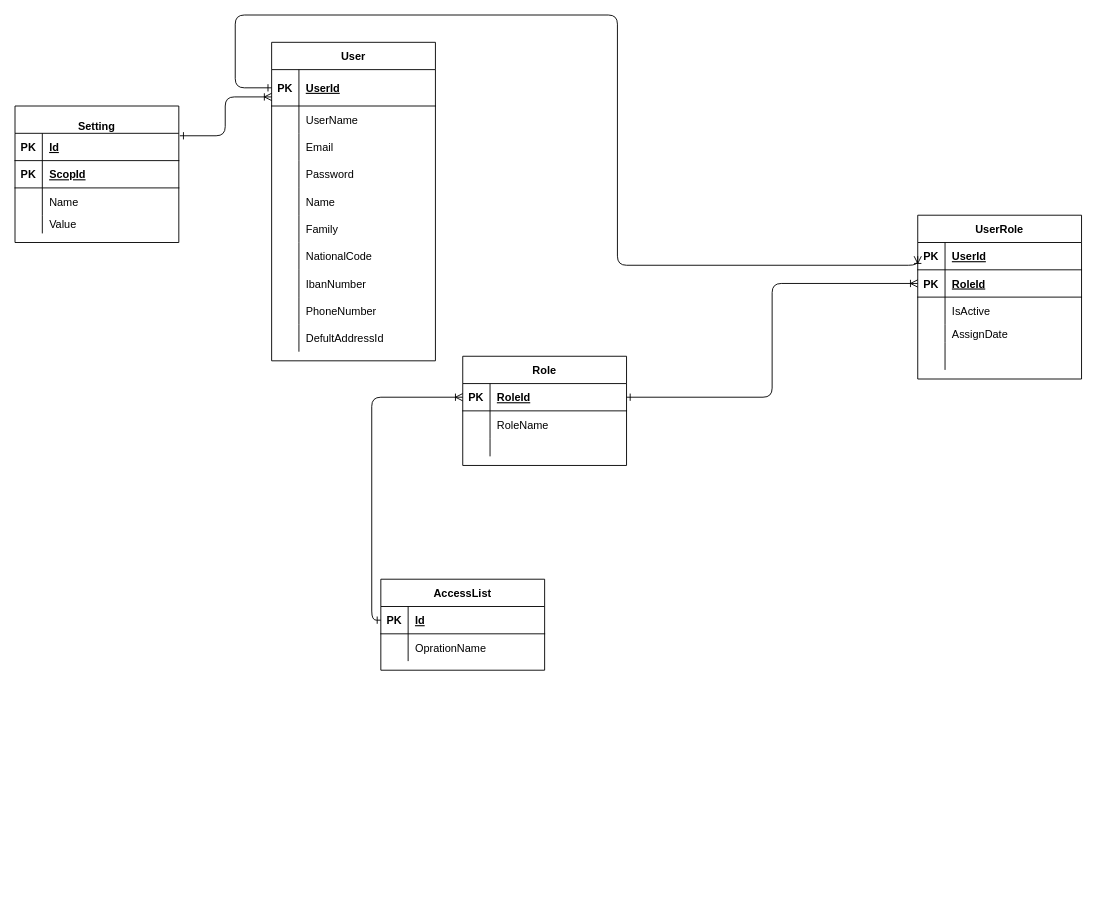
The draw.io diagram 01-Authentication-and-Roles/Diagrams/Authentication.drawio in behrangaghili/Postex-Documents_Diagrams, before the edit. Source tidied: cells renumbered, new cells numbered last; positions are measured from the earlier drawing's top-left corner, leaving out a move shared by most shapes. Both pictures are drawn from the tidied source at 91%, with x=0, y=0 at pixel (15, 15).
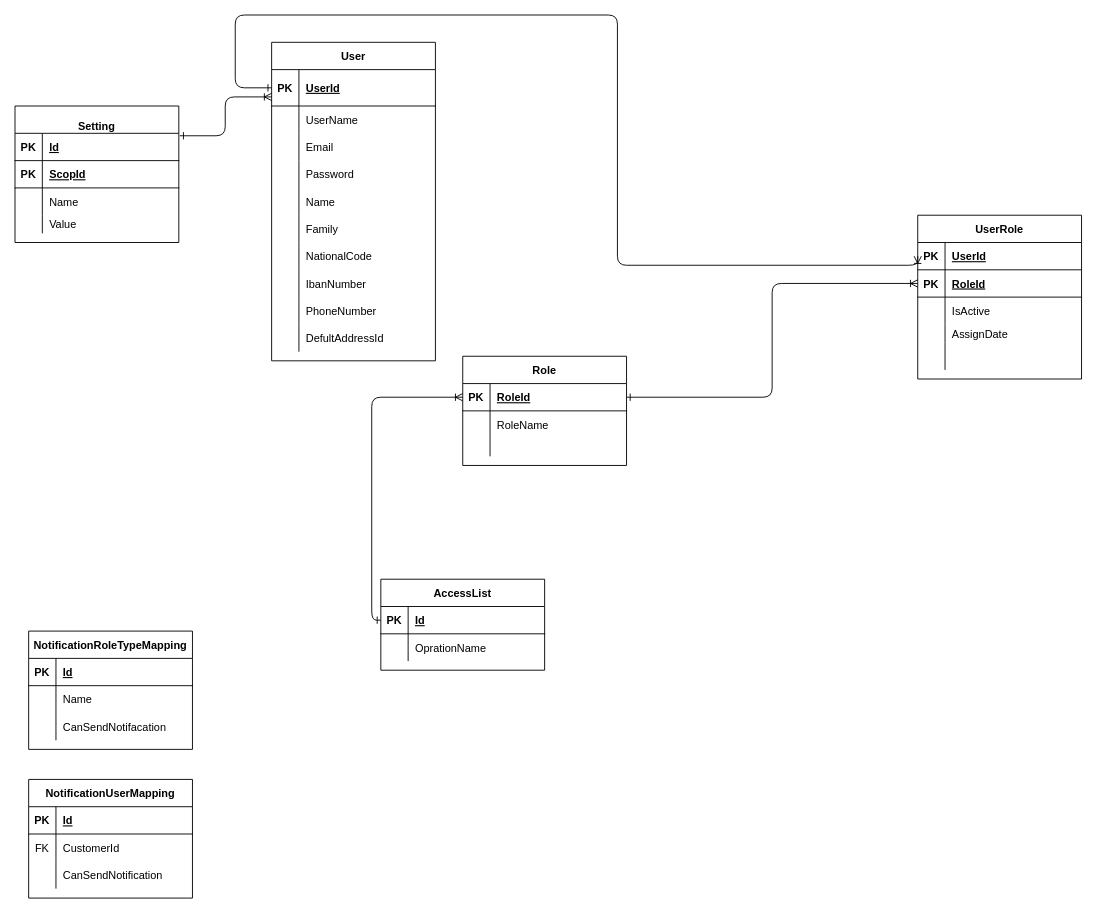
Above is the later version.

What changed in the source:
```diff
@@
+    <mxCell id="83" value="NotificationRoleTypeMapping" style="shape=table;startSize=30;childLayout=tableLayout;rowLines=0;fontStyle=1;align=center;" parent="1" vertex="1">
+      <mxGeometry x="15" y="677" width="180" height="130" as="geometry" />
+    </mxCell>
+    <mxCell id="84" style="shape=partialRectangle;fillColor=none;top=0;left=0;bottom=1;right=0;" parent="83" vertex="1">
+      <mxGeometry y="30" width="180" height="30" as="geometry" />
+    </mxCell>
+    <mxCell id="85" value="PK" style="shape=partialRectangle;fillColor=none;top=0;left=0;bottom=0;right=0;fontStyle=1;overflow=hidden;" parent="84" vertex="1">
+      <mxGeometry width="30" height="30" as="geometry" />
+    </mxCell>
+    <mxCell id="86" value="Id" style="shape=partialRectangle;fillColor=none;top=0;left=0;bottom=0;right=0;align=left;spacingLeft=6;fontStyle=5;overflow=hidden;" parent="84" vertex="1">
+      <mxGeometry x="30" width="150" height="30" as="geometry" />
+    </mxCell>
+    <mxCell id="87" style="shape=partialRectangle;fillColor=none;top=0;left=0;bottom=0;right=0;" parent="83" vertex="1">
+      <mxGeometry y="60" width="180" height="30" as="geometry" />
+    </mxCell>
+    <mxCell id="88" style="shape=partialRectangle;fillColor=none;top=0;left=0;bottom=0;right=0;overflow=hidden;" parent="87" vertex="1">
+      <mxGeometry width="30" height="30" as="geometry" />
+    </mxCell>
+    <mxCell id="89" value="Name" style="shape=partialRectangle;fillColor=none;top=0;left=0;bottom=0;right=0;align=left;spacingLeft=6;overflow=hidden;" parent="87" vertex="1">
+      <mxGeometry x="30" width="150" height="30" as="geometry" />
+    </mxCell>
+    <mxCell id="90" style="shape=partialRectangle;fillColor=none;top=0;left=0;bottom=0;right=0;" parent="83" vertex="1">
+      <mxGeometry y="90" width="180" height="30" as="geometry" />
+    </mxCell>
+    <mxCell id="91" style="shape=partialRectangle;fillColor=none;top=0;left=0;bottom=0;right=0;overflow=hidden;" parent="90" vertex="1">
+      <mxGeometry width="30" height="30" as="geometry" />
+    </mxCell>
+    <mxCell id="92" value="CanSendNotifacation" style="shape=partialRectangle;fillColor=none;top=0;left=0;bottom=0;right=0;align=left;spacingLeft=6;overflow=hidden;" parent="90" vertex="1">
+      <mxGeometry x="30" width="150" height="30" as="geometry" />
+    </mxCell>
+    <mxCell id="93" value="NotificationUserMapping" style="shape=table;startSize=30;childLayout=tableLayout;rowLines=0;fontStyle=1;align=center;" parent="1" vertex="1">
+      <mxGeometry x="15" y="840" width="180" height="130.4" as="geometry" />
+    </mxCell>
+    <mxCell id="94" style="shape=partialRectangle;fillColor=none;top=0;left=0;bottom=1;right=0;" parent="93" vertex="1">
+      <mxGeometry y="30" width="180" height="30" as="geometry" />
+    </mxCell>
+    <mxCell id="95" value="PK" style="shape=partialRectangle;fillColor=none;top=0;left=0;bottom=0;right=0;fontStyle=1;overflow=hidden;" parent="94" vertex="1">
+      <mxGeometry width="30" height="30" as="geometry" />
+    </mxCell>
+    <mxCell id="96" value="Id" style="shape=partialRectangle;fillColor=none;top=0;left=0;bottom=0;right=0;align=left;spacingLeft=6;fontStyle=5;overflow=hidden;" parent="94" vertex="1">
+      <mxGeometry x="30" width="150" height="30" as="geometry" />
+    </mxCell>
+    <mxCell id="97" style="shape=partialRectangle;fillColor=none;top=0;left=0;bottom=0;right=0;" parent="93" vertex="1">
+      <mxGeometry y="60" width="180" height="30" as="geometry" />
+    </mxCell>
+    <mxCell id="98" value="FK" style="shape=partialRectangle;fillColor=none;top=0;left=0;bottom=0;right=0;overflow=hidden;" parent="97" vertex="1">
+      <mxGeometry width="30" height="30" as="geometry" />
+    </mxCell>
+    <mxCell id="99" value="CustomerId" style="shape=partialRectangle;fillColor=none;top=0;left=0;bottom=0;right=0;align=left;spacingLeft=6;overflow=hidden;" parent="97" vertex="1">
+      <mxGeometry x="30" width="150" height="30" as="geometry" />
+    </mxCell>
+    <mxCell id="100" style="shape=partialRectangle;fillColor=none;top=0;left=0;bottom=0;right=0;" parent="93" vertex="1">
+      <mxGeometry y="90" width="180" height="30" as="geometry" />
+    </mxCell>
+    <mxCell id="101" style="shape=partialRectangle;fillColor=none;top=0;left=0;bottom=0;right=0;overflow=hidden;" parent="100" vertex="1">
+      <mxGeometry width="30" height="30" as="geometry" />
+    </mxCell>
+    <mxCell id="102" value="CanSendNotification" style="shape=partialRectangle;fillColor=none;top=0;left=0;bottom=0;right=0;align=left;spacingLeft=6;overflow=hidden;" parent="100" vertex="1">
+      <mxGeometry x="30" width="150" height="30" as="geometry" />
+    </mxCell>
```
